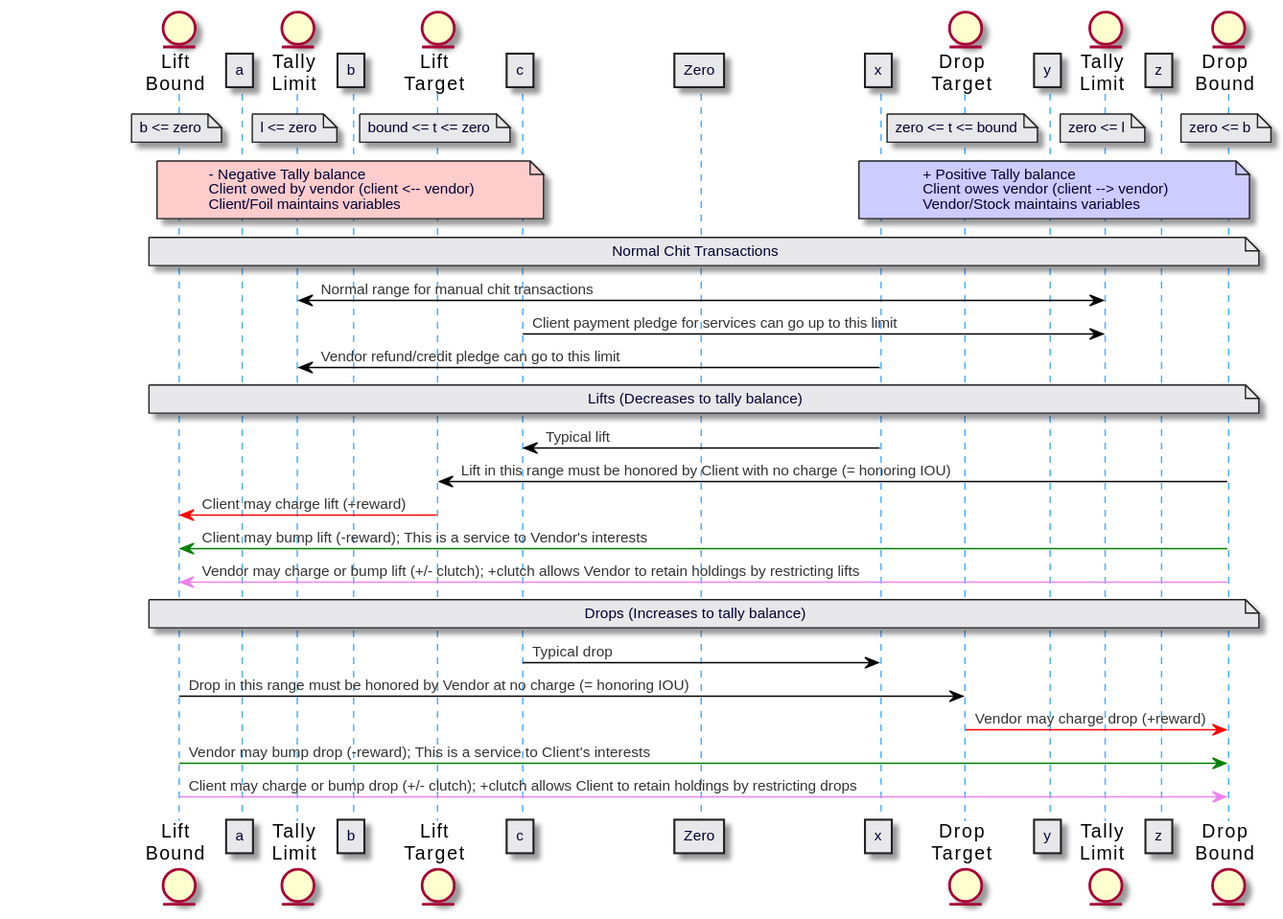
Above: doc/uml/trade-seq.svg in gotchoices/MyCHIPs (PlantUML), before the change.
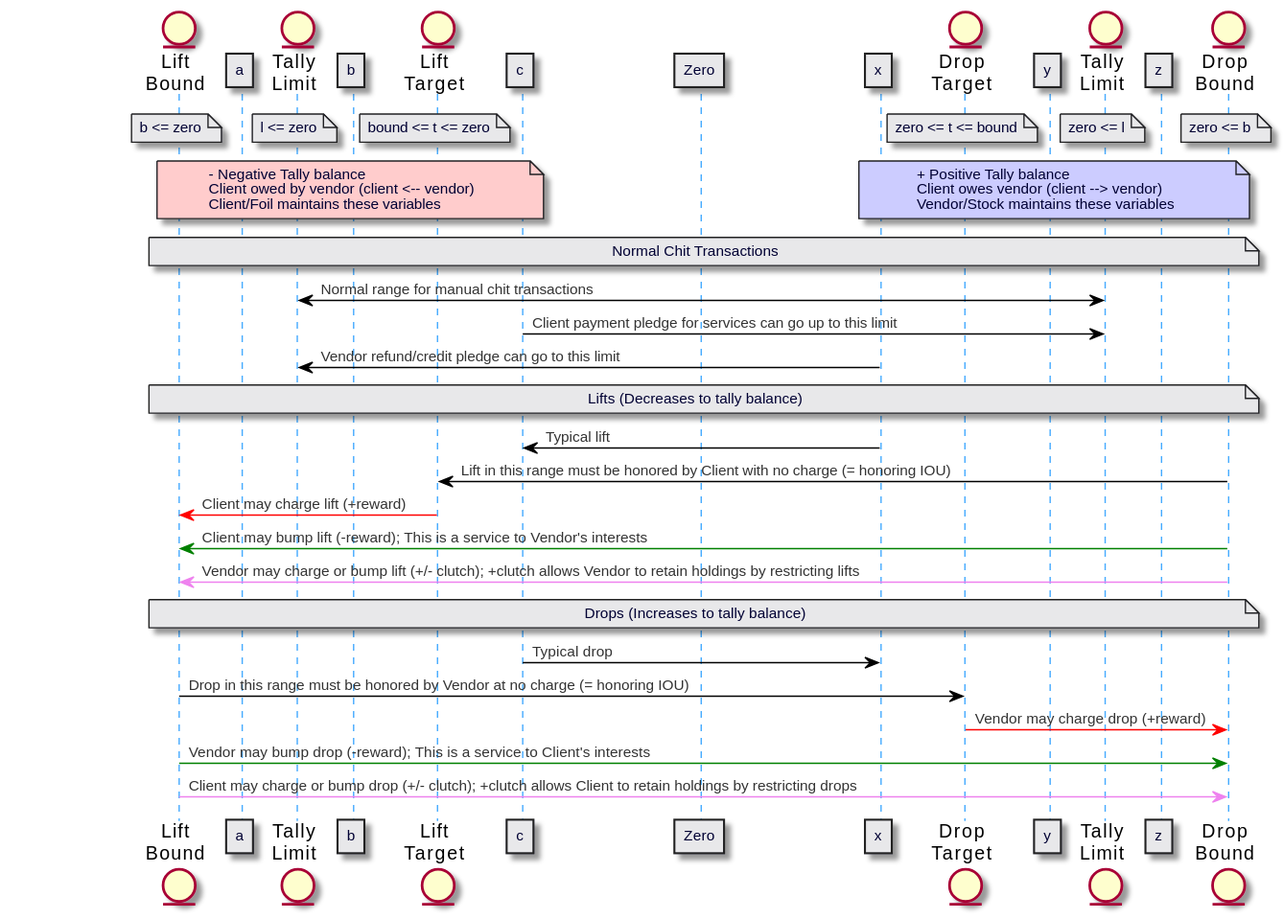
Above is the later version.

The edit, as a diff of the source:
```diff
@@ -22,8 +22,8 @@
 / note over vlimit: zero <= l
 / note over vbound: zero <= b
 
-note over cbound, c #ffcccc: - Negative Tally balance\nClient owed by vendor (client <-- vendor)\nClient/Foil maintains variables
-/ note over x,vbound #ccccff: + Positive Tally balance\nClient owes vendor (client --> vendor)\nVendor/Stock maintains variables
+note over cbound, c #ffcccc: - Negative Tally balance\nClient owed by vendor (client <-- vendor)\nClient/Foil maintains these variables
+/ note over x,vbound #ccccff: + Positive Tally balance\nClient owes vendor (client --> vendor)\nVendor/Stock maintains these variables
 
 note over cbound,vbound: Normal Chit Transactions
 
```
